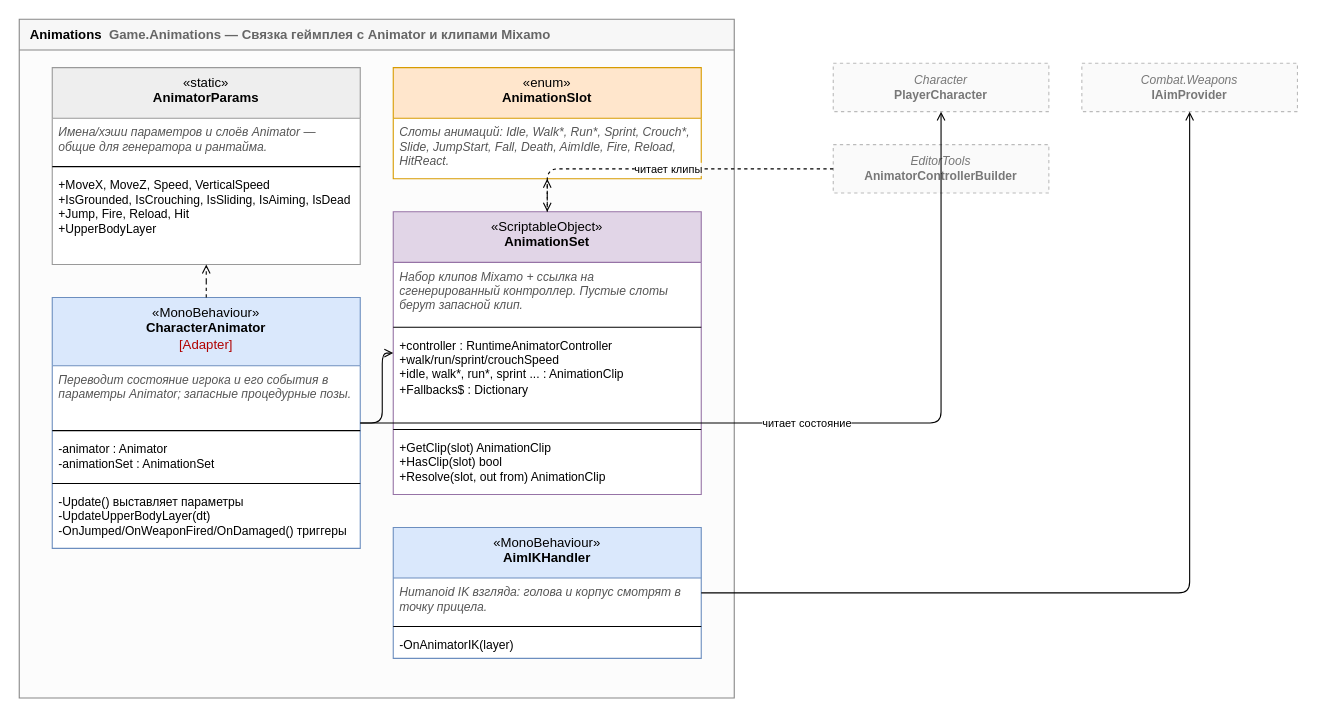
legatys/game keeps this draw.io diagram as page "Пакет Animations" (8 of 16) of Prod/Prod_di.drawio. Above is the earlier version. Source tidied: cells renumbered, new cells numbered last; positions are measured from the earlier drawing's top-left corner, leaving out a move shared by most shapes. Both pictures are drawn from the tidied source at 110%, with x=0, y=0 at pixel (19, 19).
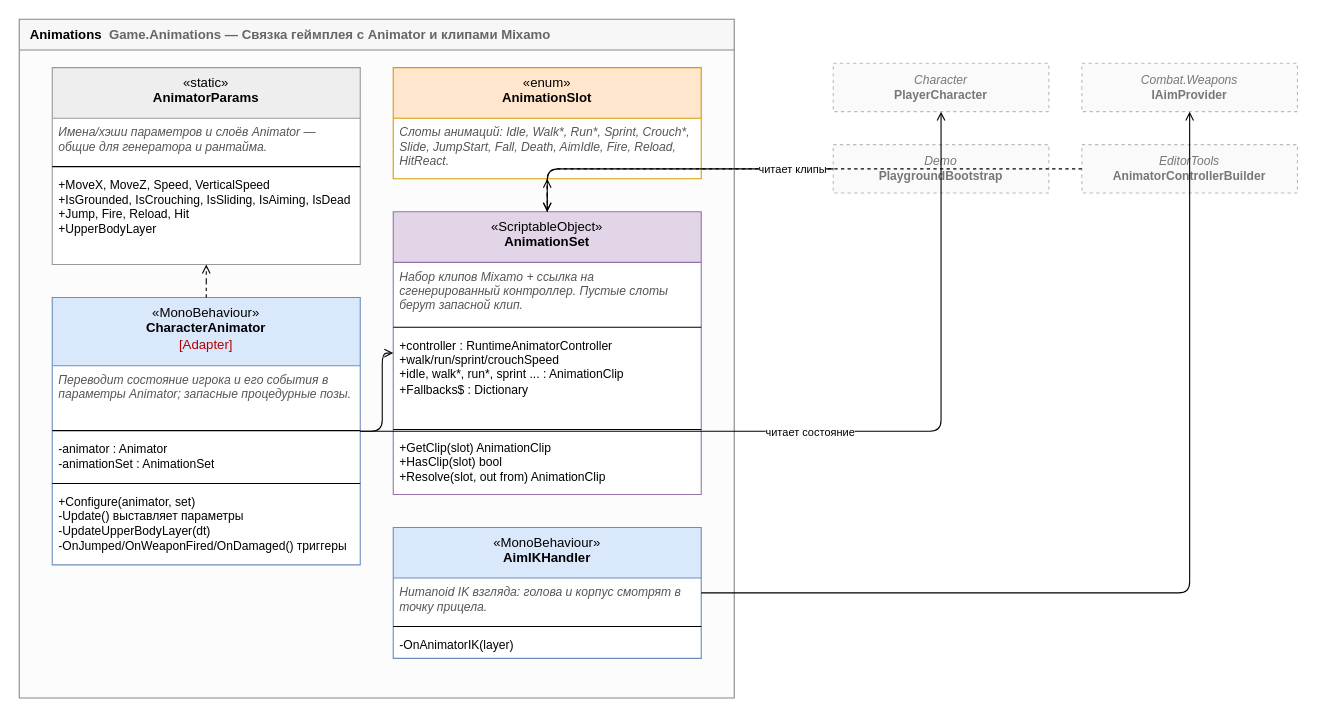
After the change.

The change refers to these unchanged cells:
```xml
<mxCell id="2" value="&lt;b&gt;Animations&lt;/b&gt;&amp;nbsp;&amp;nbsp;&lt;font color=&quot;#666666&quot;&gt;Game.Animations — Связка геймплея с Animator и клипами Mixamo&lt;/font&gt;" style="swimlane;startSize=28;html=1;whiteSpace=wrap;fillColor=#f7f7f7;strokeColor=#888888;fontSize=12;align=left;spacingLeft=8;swimlaneFillColor=#fcfcfc;" parent="1" vertex="1">
  <mxGeometry width="650" height="617" as="geometry" />
</mxCell>
<mxCell id="3" value="«static»&lt;br&gt;&lt;b&gt;AnimatorParams&lt;/b&gt;" style="swimlane;fontStyle=0;align=center;verticalAlign=top;horizontal=1;startSize=46;html=1;whiteSpace=wrap;fillColor=#eeeeee;strokeColor=#999999;fontSize=12;swimlaneFillColor=#ffffff;" parent="2" vertex="1">
  <mxGeometry x="30" y="44" width="280" height="179" as="geometry" />
</mxCell>
<mxCell id="13" value="«enum»&lt;br&gt;&lt;b&gt;AnimationSlot&lt;/b&gt;" style="swimlane;fontStyle=0;align=center;verticalAlign=top;horizontal=1;startSize=46;html=1;whiteSpace=wrap;fillColor=#ffe6cc;strokeColor=#d79b00;fontSize=12;swimlaneFillColor=#ffffff;" parent="2" vertex="1">
  <mxGeometry x="340" y="44" width="280" height="101" as="geometry" />
</mxCell>
<mxCell id="15" value="«ScriptableObject»&lt;br&gt;&lt;b&gt;AnimationSet&lt;/b&gt;" style="swimlane;fontStyle=0;align=center;verticalAlign=top;horizontal=1;startSize=46;html=1;whiteSpace=wrap;fillColor=#e1d5e7;strokeColor=#9673a6;fontSize=12;swimlaneFillColor=#ffffff;" parent="2" vertex="1">
  <mxGeometry x="340" y="175" width="280" height="257" as="geometry" />
</mxCell>
<mxCell id="21" value="«MonoBehaviour»&lt;br&gt;&lt;b&gt;AimIKHandler&lt;/b&gt;" style="swimlane;fontStyle=0;align=center;verticalAlign=top;horizontal=1;startSize=46;html=1;whiteSpace=wrap;fillColor=#dae8fc;strokeColor=#6c8ebf;fontSize=12;swimlaneFillColor=#ffffff;" parent="2" vertex="1">
  <mxGeometry x="340" y="462" width="280" height="119" as="geometry" />
</mxCell>
<mxCell id="25" value="&lt;i&gt;Character&lt;/i&gt;&lt;br&gt;&lt;b&gt;PlayerCharacter&lt;/b&gt;" style="rounded=0;whiteSpace=wrap;html=1;dashed=1;fillColor=#fafafa;strokeColor=#bbbbbb;fontColor=#777777;fontSize=11;" parent="1" vertex="1">
  <mxGeometry x="740" y="40" width="196" height="44" as="geometry" />
</mxCell>
<mxCell id="26" value="&lt;i&gt;Combat.Weapons&lt;/i&gt;&lt;br&gt;&lt;b&gt;IAimProvider&lt;/b&gt;" style="rounded=0;whiteSpace=wrap;html=1;dashed=1;fillColor=#fafafa;strokeColor=#bbbbbb;fontColor=#777777;fontSize=11;" parent="1" vertex="1">
  <mxGeometry x="966" y="40" width="196" height="44" as="geometry" />
</mxCell>
```

The edit, as a diff of the source:
```diff
@@
     <mxCell id="7" value="«MonoBehaviour»&lt;br&gt;&lt;b&gt;CharacterAnimator&lt;/b&gt;&lt;br&gt;&lt;font color=&quot;#b00000&quot;&gt;[Adapter]&lt;/font&gt;" style="swimlane;fontStyle=0;align=center;verticalAlign=top;horizontal=1;startSize=62;html=1;whiteSpace=wrap;fillColor=#dae8fc;strokeColor=#6c8ebf;fontSize=12;swimlaneFillColor=#ffffff;" parent="2" vertex="1">
-      <mxGeometry x="30" y="253" width="280" height="228" as="geometry" />
+      <mxGeometry x="30" y="253" width="280" height="243" as="geometry" />
     </mxCell>
@@
-    <mxCell id="12" value="-Update() выставляет параметры&lt;br&gt;-UpdateUpperBodyLayer(dt)&lt;br&gt;-OnJumped/OnWeaponFired/OnDamaged() триггеры" style="text;strokeColor=none;fillColor=none;align=left;verticalAlign=top;spacingLeft=4;spacingRight=4;overflow=hidden;whiteSpace=wrap;html=1;fontSize=11;" parent="7" vertex="1">
-      <mxGeometry y="173" width="280" height="55" as="geometry" />
+    <mxCell id="12" value="+Configure(animator, set)&lt;br&gt;-Update() выставляет параметры&lt;br&gt;-UpdateUpperBodyLayer(dt)&lt;br&gt;-OnJumped/OnWeaponFired/OnDamaged() триггеры" style="text;strokeColor=none;fillColor=none;align=left;verticalAlign=top;spacingLeft=4;spacingRight=4;overflow=hidden;whiteSpace=wrap;html=1;fontSize=11;" parent="7" vertex="1">
+      <mxGeometry y="173" width="280" height="70" as="geometry" />
     </mxCell>
@@
-    <mxCell id="27" value="&lt;i&gt;EditorTools&lt;/i&gt;&lt;br&gt;&lt;b&gt;AnimatorControllerBuilder&lt;/b&gt;" style="rounded=0;whiteSpace=wrap;html=1;dashed=1;fillColor=#fafafa;strokeColor=#bbbbbb;fontColor=#777777;fontSize=11;" parent="1" vertex="1">
+    <mxCell id="27" value="&lt;i&gt;Demo&lt;/i&gt;&lt;br&gt;&lt;b&gt;PlaygroundBootstrap&lt;/b&gt;" style="rounded=0;whiteSpace=wrap;html=1;dashed=1;fillColor=#fafafa;strokeColor=#bbbbbb;fontColor=#777777;fontSize=11;" parent="1" vertex="1">
       <mxGeometry x="740" y="114" width="196" height="44" as="geometry" />
     </mxCell>
-    <mxCell id="28" style="edgeStyle=orthogonalEdgeStyle;rounded=1;html=1;fontSize=10;jettySize=auto;endArrow=open;endFill=0;dashed=1;" parent="1" edge="1" source="15" target="13">
-      <mxGeometry relative="1" as="geometry" />
-    </mxCell>
+    <mxCell id="34" value="&lt;i&gt;EditorTools&lt;/i&gt;&lt;br&gt;&lt;b&gt;AnimatorControllerBuilder&lt;/b&gt;" style="rounded=0;whiteSpace=wrap;html=1;dashed=1;fillColor=#fafafa;strokeColor=#bbbbbb;fontColor=#777777;fontSize=11;" parent="1" vertex="1">
+      <mxGeometry x="966" y="114" width="196" height="44" as="geometry" />
+    </mxCell>
-    <mxCell id="29" style="edgeStyle=orthogonalEdgeStyle;rounded=1;html=1;fontSize=10;jettySize=auto;endArrow=open;endFill=0;" parent="1" edge="1" source="7" target="15">
+    <mxCell id="29" style="edgeStyle=orthogonalEdgeStyle;rounded=1;html=1;fontSize=10;jettySize=auto;endArrow=open;endFill=0;dashed=1;" parent="1" edge="1" source="15" target="13">
       <mxGeometry relative="1" as="geometry" />
     </mxCell>
-    <mxCell id="30" value="читает состояние" style="edgeStyle=orthogonalEdgeStyle;rounded=1;html=1;fontSize=10;jettySize=auto;endArrow=open;endFill=0;" parent="1" edge="1" source="7" target="25">
+    <mxCell id="30" style="edgeStyle=orthogonalEdgeStyle;rounded=1;html=1;fontSize=10;jettySize=auto;endArrow=open;endFill=0;" parent="1" edge="1" source="7" target="15">
       <mxGeometry relative="1" as="geometry" />
     </mxCell>
-    <mxCell id="31" style="edgeStyle=orthogonalEdgeStyle;rounded=1;html=1;fontSize=10;jettySize=auto;endArrow=open;endFill=0;dashed=1;" parent="1" edge="1" source="7" target="3">
+    <mxCell id="31" value="читает состояние" style="edgeStyle=orthogonalEdgeStyle;rounded=1;html=1;fontSize=10;jettySize=auto;endArrow=open;endFill=0;" parent="1" edge="1" source="7" target="25">
       <mxGeometry relative="1" as="geometry" />
     </mxCell>
-    <mxCell id="32" style="edgeStyle=orthogonalEdgeStyle;rounded=1;html=1;fontSize=10;jettySize=auto;endArrow=open;endFill=0;" parent="1" edge="1" source="21" target="26">
+    <mxCell id="32" style="edgeStyle=orthogonalEdgeStyle;rounded=1;html=1;fontSize=10;jettySize=auto;endArrow=open;endFill=0;dashed=1;" parent="1" edge="1" source="7" target="3">
       <mxGeometry relative="1" as="geometry" />
     </mxCell>
-    <mxCell id="33" value="читает клипы" style="edgeStyle=orthogonalEdgeStyle;rounded=1;html=1;fontSize=10;jettySize=auto;endArrow=open;endFill=0;dashed=1;" parent="1" edge="1" source="27" target="15">
+    <mxCell id="33" style="edgeStyle=orthogonalEdgeStyle;rounded=1;html=1;fontSize=10;jettySize=auto;endArrow=open;endFill=0;" parent="1" edge="1" source="21" target="26">
       <mxGeometry relative="1" as="geometry" />
     </mxCell>
+    <mxCell id="35" style="edgeStyle=orthogonalEdgeStyle;rounded=1;html=1;fontSize=10;jettySize=auto;endArrow=open;endFill=0;" parent="1" edge="1" source="27" target="15">
+      <mxGeometry relative="1" as="geometry" />
+    </mxCell>
+    <mxCell id="36" value="читает клипы" style="edgeStyle=orthogonalEdgeStyle;rounded=1;html=1;fontSize=10;jettySize=auto;endArrow=open;endFill=0;dashed=1;" parent="1" edge="1" source="34" target="15">
+      <mxGeometry relative="1" as="geometry" />
+    </mxCell>
```
